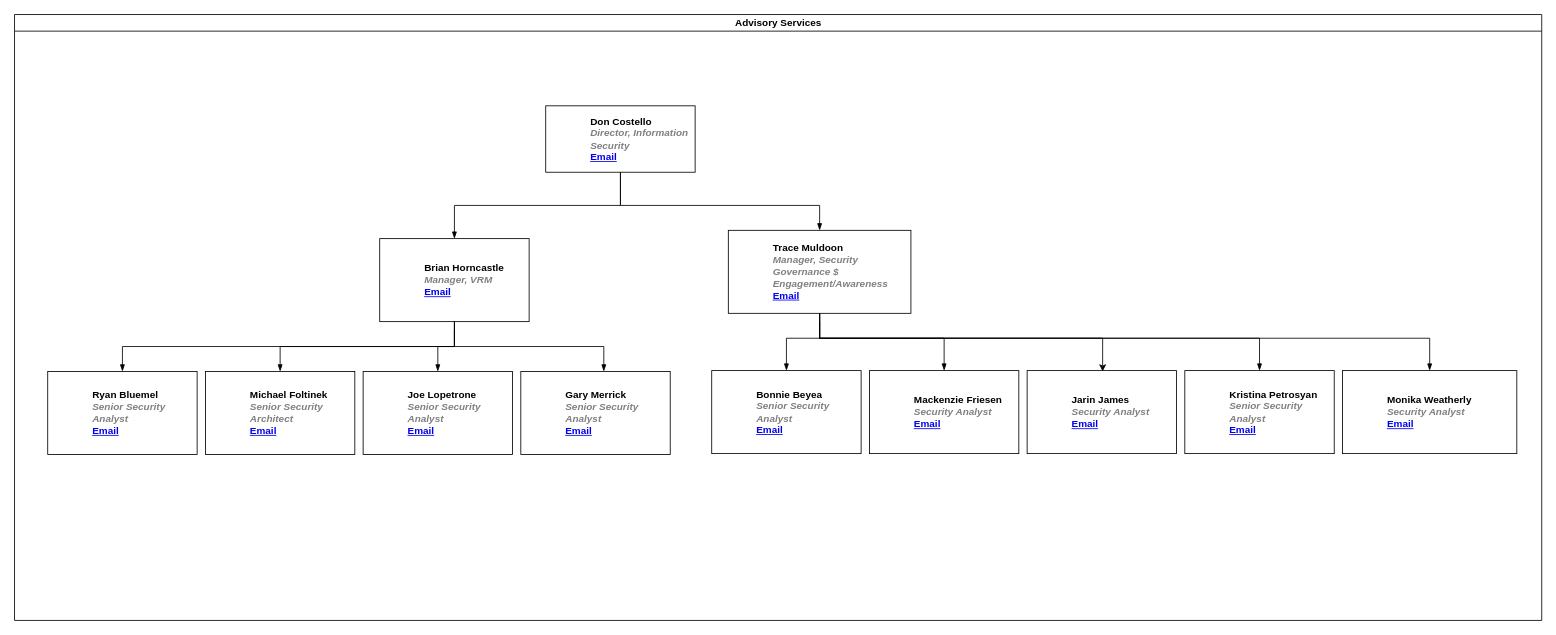
The draw.io diagram page "Advisory Services" (3 of 4) of Untitled Diagram.drawio in ThindK/myrepo, before the edit. Source tidied: cells renumbered, new cells numbered last; positions are measured from the earlier drawing's top-left corner, leaving out a move shared by most shapes. Both pictures are drawn from the tidied source at 83%, with x=0, y=0 at pixel (14, 14).
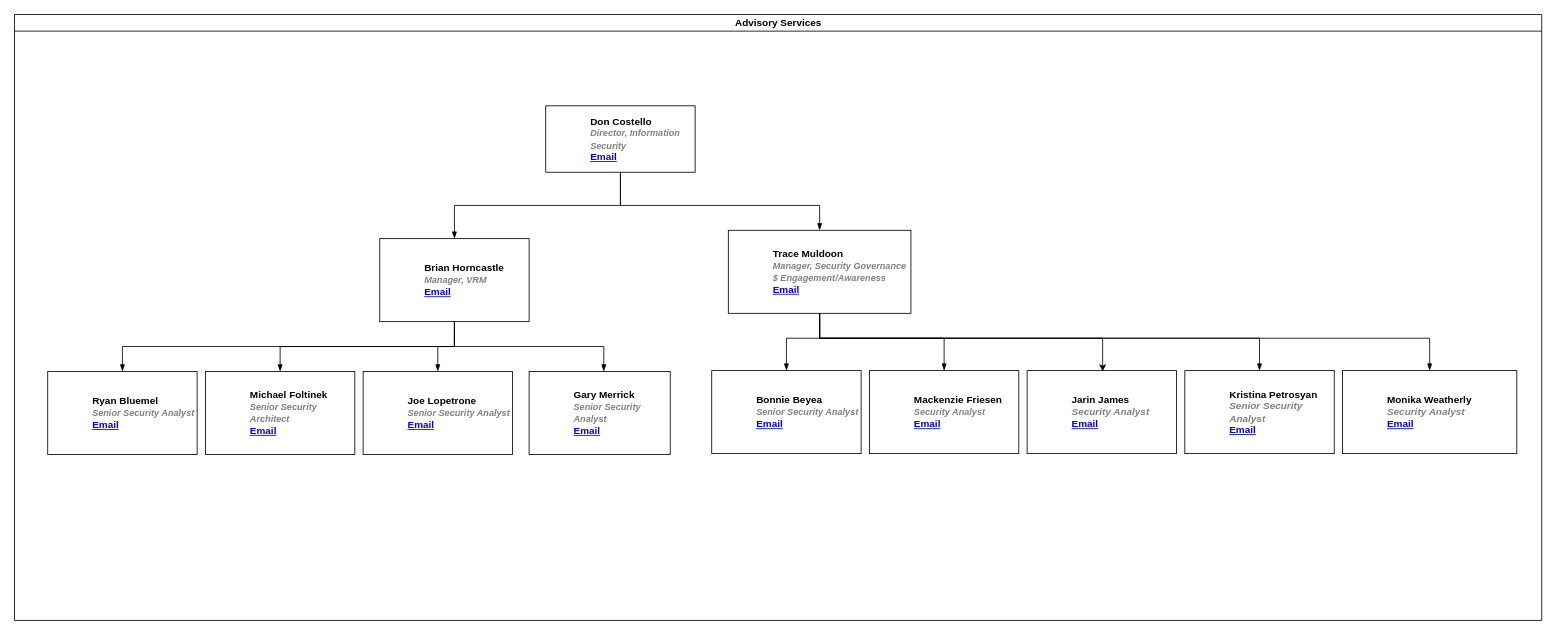
The same diagram, later.

Unchanged cells that the change refers to:
```xml
<mxCell id="14" value="Advisory Services" style="swimlane;html=1;startSize=20;horizontal=1;containerType=tree;glass=0;" parent="1" vertex="1">
  <mxGeometry width="1840" height="730" as="geometry" />
</mxCell>
```

Diff of the diagram source:
```diff
@@
-    <mxCell id="2" value="Brian Horncastle&lt;br&gt;&lt;i style=&quot;color: gray&quot;&gt;Manager, VRM&lt;/i&gt;&lt;br&gt;&lt;a href=&quot;mailto:Brian.Horncastle@gov.bc.ca&quot;&gt;Email&lt;/a&gt;" style="label;whiteSpace=wrap;html=1;rounded=0;glass=0;" parent="1" vertex="1">
+    <mxCell id="2" value="Brian Horncastle&lt;br&gt;&lt;i style=&quot;color: gray ; font-size: 11px&quot;&gt;Manager, VRM&lt;/i&gt;&lt;br&gt;&lt;a href=&quot;mailto:Brian.Horncastle@gov.bc.ca&quot;&gt;Email&lt;/a&gt;" style="label;whiteSpace=wrap;html=1;rounded=0;glass=0;" parent="1" vertex="1">
       <mxGeometry x="440" y="270" width="180" height="100" as="geometry" />
     </mxCell>
-    <mxCell id="3" value="Ryan Bluemel&lt;br&gt;&lt;i style=&quot;color: gray&quot;&gt;Senior Security Analyst&lt;/i&gt;&lt;br&gt;&lt;a href=&quot;mailto:Ryan.Bluemel@gov.bc.ca&quot;&gt;Email&lt;/a&gt;" style="label;whiteSpace=wrap;html=1;rounded=0;glass=0;" parent="1" vertex="1">
+    <mxCell id="3" value="Ryan Bluemel&lt;br&gt;&lt;i style=&quot;color: gray ; font-size: 11px&quot;&gt;Senior Security Analyst&lt;/i&gt;&lt;br&gt;&lt;a href=&quot;mailto:Ryan.Bluemel@gov.bc.ca&quot;&gt;Email&lt;/a&gt;" style="label;whiteSpace=wrap;html=1;rounded=0;glass=0;" parent="1" vertex="1">
       <mxGeometry x="40" y="430" width="180" height="100" as="geometry" />
     </mxCell>
-    <mxCell id="4" value="Michael Foltinek&lt;br&gt;&lt;i style=&quot;color: gray&quot;&gt;Senior Security Architect&lt;/i&gt;&lt;br&gt;&lt;a href=&quot;mailto:Michael.Foltinek@gov.bc.ca&quot;&gt;Email&lt;/a&gt;" style="label;whiteSpace=wrap;html=1;rounded=0;glass=0;" parent="1" vertex="1">
+    <mxCell id="4" value="Michael Foltinek&lt;br&gt;&lt;i style=&quot;color: gray ; font-size: 11px&quot;&gt;Senior Security Architect&lt;/i&gt;&lt;br&gt;&lt;a href=&quot;mailto:Michael.Foltinek@gov.bc.ca&quot;&gt;Email&lt;/a&gt;" style="label;whiteSpace=wrap;html=1;rounded=0;glass=0;" parent="1" vertex="1">
       <mxGeometry x="230" y="430" width="180" height="100" as="geometry" />
     </mxCell>
-    <mxCell id="5" value="Joe Lopetrone&lt;br&gt;&lt;i style=&quot;color: gray&quot;&gt;Senior Security Analyst&lt;/i&gt;&lt;br&gt;&lt;a href=&quot;mailto:&quot;&gt;Email&lt;/a&gt;" style="label;whiteSpace=wrap;html=1;rounded=0;glass=0;" parent="1" vertex="1">
+    <mxCell id="5" value="Joe Lopetrone&lt;br&gt;&lt;i style=&quot;color: gray ; font-size: 11px&quot;&gt;Senior Security Analyst&lt;/i&gt;&lt;br&gt;&lt;a href=&quot;mailto:&quot;&gt;Email&lt;/a&gt;" style="label;whiteSpace=wrap;html=1;rounded=0;glass=0;" parent="1" vertex="1">
       <mxGeometry x="420" y="430" width="180" height="100" as="geometry" />
     </mxCell>
-    <mxCell id="6" value="Gary Merrick&lt;br&gt;&lt;i style=&quot;color: gray&quot;&gt;Senior Security Analyst&lt;/i&gt;&lt;br&gt;&lt;a href=&quot;mailto:Gary.Merrick@gov.bc.ca&quot;&gt;Email&lt;/a&gt;" style="label;whiteSpace=wrap;html=1;rounded=0;glass=0;" parent="1" vertex="1">
-      <mxGeometry x="610" y="430" width="180" height="100" as="geometry" />
+    <mxCell id="6" value="Gary Merrick&lt;br&gt;&lt;i style=&quot;color: gray ; font-size: 11px&quot;&gt;Senior Security Analyst&lt;/i&gt;&lt;br&gt;&lt;a href=&quot;mailto:Gary.Merrick@gov.bc.ca&quot;&gt;Email&lt;/a&gt;" style="label;whiteSpace=wrap;html=1;rounded=0;glass=0;" parent="1" vertex="1">
+      <mxGeometry x="620" y="430" width="170" height="100" as="geometry" />
     </mxCell>
-    <mxCell id="7" value="Don Costello&lt;br&gt;&lt;i style=&quot;color: gray&quot;&gt;Director, Information Security&lt;/i&gt;&lt;br&gt;&lt;a href=&quot;mailto:Don.Costello@gov.bc.ca&quot;&gt;Email&lt;/a&gt;" style="label;whiteSpace=wrap;html=1;rounded=0;glass=0;" parent="1" vertex="1">
+    <mxCell id="7" value="Don Costello&lt;br&gt;&lt;i style=&quot;color: gray ; font-size: 11px&quot;&gt;Director, Information Security&lt;/i&gt;&lt;br&gt;&lt;a href=&quot;mailto:Don.Costello@gov.bc.ca&quot;&gt;Email&lt;/a&gt;" style="label;whiteSpace=wrap;html=1;rounded=0;glass=0;" parent="1" vertex="1">
       <mxGeometry x="640" y="110" width="180" height="80" as="geometry" />
     </mxCell>
@@
-    <mxCell id="15" value="Trace Muldoon&lt;br&gt;&lt;i style=&quot;color: gray&quot;&gt;Manager, Security Governance $ Engagement/Awareness&lt;/i&gt;&lt;br&gt;&lt;a href=&quot;mailto:Trace.Muldoon@gov.bc.ca&quot;&gt;Email&lt;/a&gt;" style="label;whiteSpace=wrap;html=1;rounded=0;glass=0;" parent="14" vertex="1">
+    <mxCell id="15" value="Trace Muldoon&lt;br&gt;&lt;i style=&quot;color: gray ; font-size: 11px&quot;&gt;Manager, Security Governance $ Engagement/Awareness&lt;/i&gt;&lt;br&gt;&lt;a href=&quot;mailto:Trace.Muldoon@gov.bc.ca&quot;&gt;Email&lt;/a&gt;" style="label;whiteSpace=wrap;html=1;rounded=0;glass=0;" parent="14" vertex="1">
       <mxGeometry x="860" y="260" width="220" height="100" as="geometry" />
     </mxCell>
-    <mxCell id="16" value="Bonnie Beyea&lt;br&gt;&lt;i style=&quot;color: gray&quot;&gt;Senior Security Analyst&lt;/i&gt;&lt;br&gt;&lt;a href=&quot;mailto:Bonnie.Beyea@gov.bc.ca&quot;&gt;Email&lt;/a&gt;" style="label;whiteSpace=wrap;html=1;rounded=0;glass=0;" parent="1" vertex="1">
+    <mxCell id="16" value="Bonnie Beyea&lt;br&gt;&lt;i style=&quot;color: gray ; font-size: 11px&quot;&gt;Senior Security Analyst&lt;/i&gt;&lt;br&gt;&lt;a href=&quot;mailto:Bonnie.Beyea@gov.bc.ca&quot;&gt;Email&lt;/a&gt;" style="label;whiteSpace=wrap;html=1;rounded=0;glass=0;" parent="1" vertex="1">
       <mxGeometry x="840" y="429" width="180" height="100" as="geometry" />
     </mxCell>
@@
-    <mxCell id="18" value="Mackenzie Friesen&lt;br&gt;&lt;i style=&quot;color: gray&quot;&gt;Security Analyst&lt;/i&gt;&lt;br&gt;&lt;a href=&quot;mailto:Mackenzie.Friesen@gov.bc.ca&quot;&gt;Email&lt;/a&gt;" style="label;whiteSpace=wrap;html=1;rounded=0;glass=0;" parent="1" vertex="1">
+    <mxCell id="18" value="Mackenzie Friesen&lt;br&gt;&lt;i style=&quot;color: gray ; font-size: 11px&quot;&gt;Security Analyst&lt;/i&gt;&lt;br&gt;&lt;a href=&quot;mailto:Mackenzie.Friesen@gov.bc.ca&quot;&gt;Email&lt;/a&gt;" style="label;whiteSpace=wrap;html=1;rounded=0;glass=0;" parent="1" vertex="1">
       <mxGeometry x="1030" y="429" width="180" height="100" as="geometry" />
     </mxCell>
```
